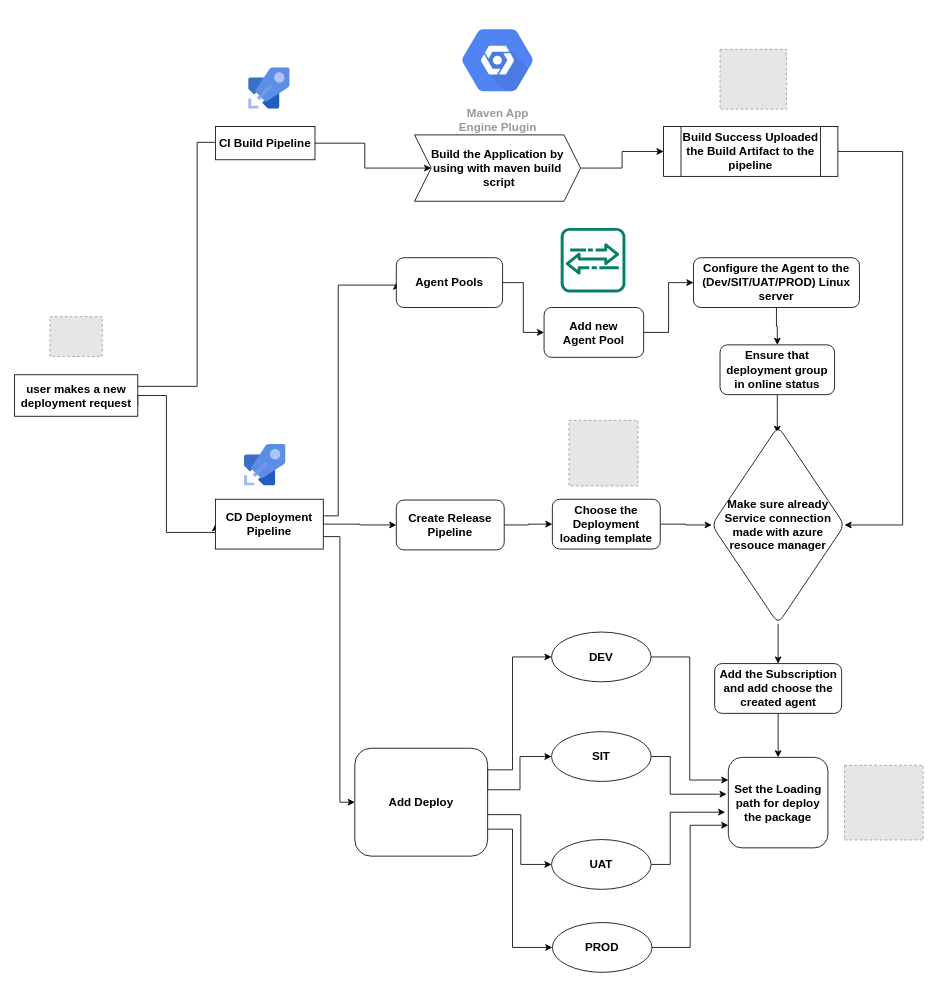
Earlier version of the draw.io diagram Untitled Diagram.drawio (depsai/sample_test). Source tidied: cells renumbered, new cells numbered last; positions are measured from the earlier drawing's top-left corner, leaving out a move shared by most shapes. Both pictures are drawn from the tidied source at 83%, with x=0, y=0 at pixel (14, 14). Pictures stored in the file or linked from it are replaced by grey dashed boxes.
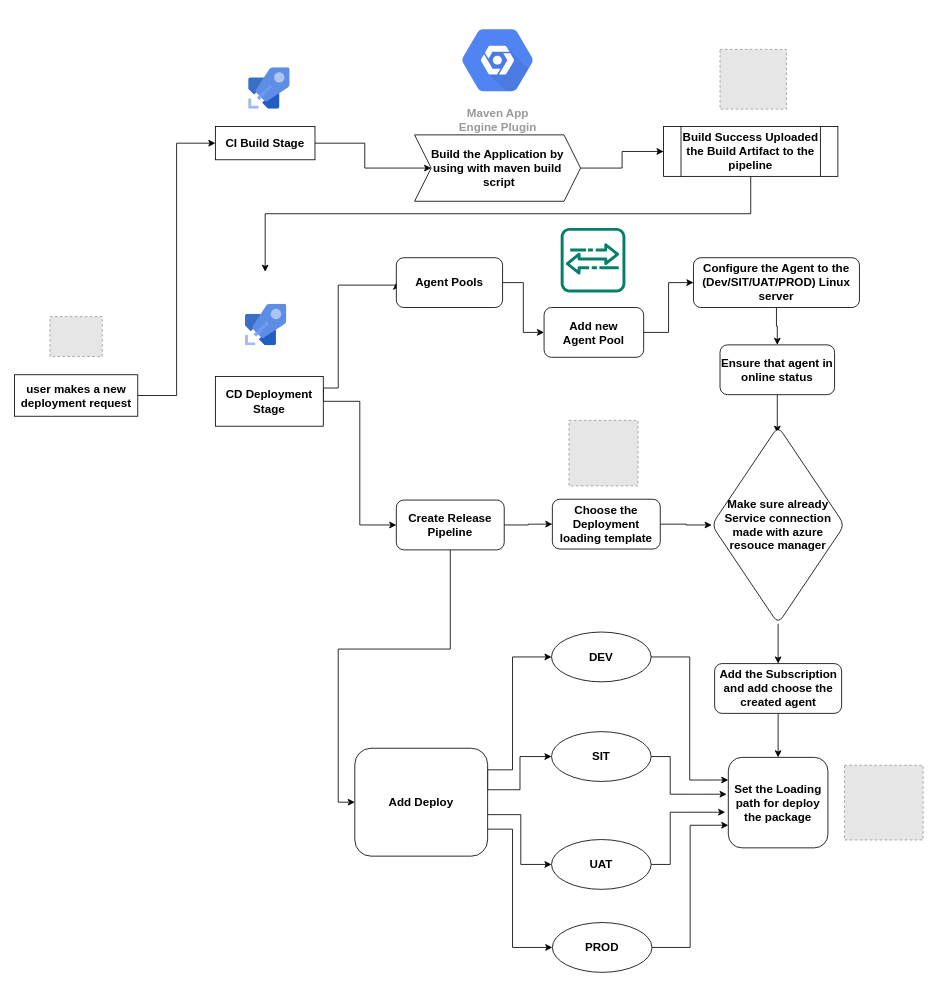
The same diagram, later.

The change refers to these unchanged cells:
```xml
<mxCell id="5" value="&lt;b style=&quot;font-size: 14px;&quot;&gt;&lt;font style=&quot;font-size: 14px&quot;&gt;user makes a new deployment request&lt;/font&gt;&lt;/b&gt;" style="whiteSpace=wrap;html=1;fontSize=14;" parent="1" vertex="1">
  <mxGeometry y="434" width="148.5" height="50" as="geometry" />
</mxCell>
<mxCell id="12" value="&lt;b style=&quot;font-size: 14px;&quot;&gt;Build Success Uploaded the Build Artifact to the pipeline&lt;/b&gt;" style="shape=process;whiteSpace=wrap;html=1;backgroundOutline=1;fontSize=14;" parent="1" vertex="1">
  <mxGeometry x="782" y="135" width="210" height="60" as="geometry" />
</mxCell>
<mxCell id="25" value="&lt;b style=&quot;font-size: 14px;&quot;&gt;Agent Pools&lt;br style=&quot;font-size: 14px;&quot;&gt;&lt;/b&gt;" style="rounded=1;whiteSpace=wrap;html=1;fontSize=14;" parent="1" vertex="1">
  <mxGeometry x="460" y="293" width="128" height="60" as="geometry" />
</mxCell>
<mxCell id="27" value="&lt;b style=&quot;font-size: 14px;&quot;&gt;Create Release Pipeline&lt;/b&gt;" style="rounded=1;whiteSpace=wrap;html=1;fontSize=14;" parent="1" vertex="1">
  <mxGeometry x="460" y="585" width="130" height="60" as="geometry" />
</mxCell>
<mxCell id="35" value="&lt;span&gt;&lt;b&gt;Make sure already Service connection made with azure resouce manager&lt;/b&gt;&lt;/span&gt;" style="rhombus;whiteSpace=wrap;html=1;rounded=1;fontSize=14;" parent="1" vertex="1">
  <mxGeometry x="840" y="496" width="160" height="238" as="geometry" />
</mxCell>
<mxCell id="44" value="&lt;b&gt;Add Deploy&lt;/b&gt;" style="rounded=1;whiteSpace=wrap;html=1;fontSize=14;" parent="1" vertex="1">
  <mxGeometry x="410" y="884" width="160" height="130" as="geometry" />
</mxCell>
```

Diff of the diagram source:
```diff
@@
-    <mxCell id="3" style="edgeStyle=orthogonalEdgeStyle;rounded=0;jettySize=auto;html=1;fontSize=14;entryX=0;entryY=0.5;entryDx=0;entryDy=0;" parent="1" edge="1" source="5" target="8">
-      <mxGeometry relative="1" as="geometry">
-        <Array as="points">
-          <mxPoint x="220" y="448" />
-          <mxPoint x="220" y="154" />
-          <mxPoint x="290" y="154" />
-        </Array>
-      </mxGeometry>
+    <mxCell id="3" style="edgeStyle=orthogonalEdgeStyle;rounded=0;jettySize=auto;html=1;exitX=1;exitY=0.5;exitDx=0;exitDy=0;entryX=0;entryY=0.5;entryDx=0;entryDy=0;fontSize=14;" parent="1" edge="1" source="5" target="8">
+      <mxGeometry relative="1" as="geometry" />
     </mxCell>
-    <mxCell id="4" style="edgeStyle=orthogonalEdgeStyle;rounded=0;jettySize=auto;html=1;exitX=1;exitY=0.75;exitDx=0;exitDy=0;entryX=0;entryY=0.5;entryDx=0;entryDy=0;fontSize=14;" parent="1" edge="1" source="5" target="19">
-      <mxGeometry relative="1" as="geometry">
-        <Array as="points">
-          <mxPoint x="149" y="459" />
-          <mxPoint x="183" y="459" />
-          <mxPoint x="183" y="624" />
-        </Array>
-      </mxGeometry>
-    </mxCell>
@@
-    <mxCell id="8" value="&lt;b style=&quot;font-size: 14px;&quot;&gt;CI Build Pipeline&lt;/b&gt;" style="whiteSpace=wrap;html=1;fontSize=14;" parent="1" vertex="1">
+    <mxCell id="8" value="&lt;b style=&quot;font-size: 14px&quot;&gt;CI Build Stage&lt;/b&gt;" style="whiteSpace=wrap;html=1;fontSize=14;" parent="1" vertex="1">
       <mxGeometry x="242" y="135" width="120" height="40" as="geometry" />
     </mxCell>
@@
-    <mxCell id="11" style="edgeStyle=orthogonalEdgeStyle;rounded=0;jettySize=auto;html=1;exitX=1;exitY=0.5;exitDx=0;exitDy=0;entryX=1;entryY=0.5;entryDx=0;entryDy=0;fontSize=14;" parent="1" edge="1" source="12" target="35">
-      <mxGeometry relative="1" as="geometry">
-        <Array as="points">
-          <mxPoint x="1070" y="165" />
-          <mxPoint x="1070" y="615" />
-        </Array>
-      </mxGeometry>
-    </mxCell>
+    <mxCell id="54" style="edgeStyle=orthogonalEdgeStyle;rounded=0;jettySize=auto;html=1;exitX=0.5;exitY=1;exitDx=0;exitDy=0;fontSize=14;" parent="1" edge="1" source="12">
+      <mxGeometry relative="1" as="geometry">
+        <mxPoint x="302" y="310" as="targetPoint" />
+        <Array as="points">
+          <mxPoint x="887" y="240" />
+          <mxPoint x="302" y="240" />
+        </Array>
+      </mxGeometry>
+    </mxCell>
@@
     <mxCell id="15" style="sketch=0;html=1;align=center;image;fontSize=14;image=img/lib/mscae/Azure_Pipelines.svg;" parent="1" vertex="1">
-      <mxGeometry x="277" y="518" width="50" height="50" as="geometry" />
+      <mxGeometry x="278" y="349" width="50" height="50" as="geometry" />
     </mxCell>
     <mxCell id="16" style="edgeStyle=orthogonalEdgeStyle;rounded=0;jettySize=auto;html=1;exitX=1;exitY=0.5;exitDx=0;exitDy=0;fontSize=14;entryX=0;entryY=0.5;entryDx=0;entryDy=0;" parent="1" edge="1" source="19" target="25">
       <mxGeometry relative="1" as="geometry">
         <Array as="points">
-          <mxPoint x="372" y="604" />
-          <mxPoint x="390" y="604" />
+          <mxPoint x="372" y="450" />
+          <mxPoint x="390" y="450" />
           <mxPoint x="390" y="326" />
           <mxPoint x="460" y="326" />
         </Array>
       </mxGeometry>
     </mxCell>
@@
-    <mxCell id="18" style="edgeStyle=orthogonalEdgeStyle;rounded=0;jettySize=auto;html=1;exitX=1;exitY=0.75;exitDx=0;exitDy=0;entryX=0;entryY=0.5;entryDx=0;entryDy=0;fontSize=14;" parent="1" edge="1" source="19" target="44">
-      <mxGeometry relative="1" as="geometry">
-        <Array as="points">
-          <mxPoint x="392" y="629" />
-          <mxPoint x="392" y="949" />
-        </Array>
-      </mxGeometry>
-    </mxCell>
-    <mxCell id="19" value="&lt;b style=&quot;font-size: 14px;&quot;&gt;CD Deployment Pipeline&lt;/b&gt;" style="whiteSpace=wrap;html=1;fontSize=14;" parent="1" vertex="1">
-      <mxGeometry x="242" y="584" width="130" height="60" as="geometry" />
+    <mxCell id="19" value="&lt;b style=&quot;font-size: 14px&quot;&gt;CD Deployment Stage&lt;/b&gt;" style="whiteSpace=wrap;html=1;fontSize=14;" parent="1" vertex="1">
+      <mxGeometry x="242" y="436" width="130" height="60" as="geometry" />
     </mxCell>
@@
+    <mxCell id="55" style="edgeStyle=orthogonalEdgeStyle;rounded=0;jettySize=auto;html=1;exitX=0.5;exitY=1;exitDx=0;exitDy=0;entryX=0;entryY=0.5;entryDx=0;entryDy=0;fontSize=14;" parent="1" edge="1" source="27" target="44">
+      <mxGeometry relative="1" as="geometry" />
+    </mxCell>
@@
-    <mxCell id="31" value="&lt;b&gt;Ensure that deployment group in online status&lt;/b&gt;" style="whiteSpace=wrap;html=1;rounded=1;fontSize=14;" parent="1" vertex="1">
+    <mxCell id="31" value="&lt;b&gt;Ensure that agent in online status&lt;/b&gt;" style="whiteSpace=wrap;html=1;rounded=1;fontSize=14;" parent="1" vertex="1">
       <mxGeometry x="850" y="398" width="138" height="60" as="geometry" />
     </mxCell>
```
